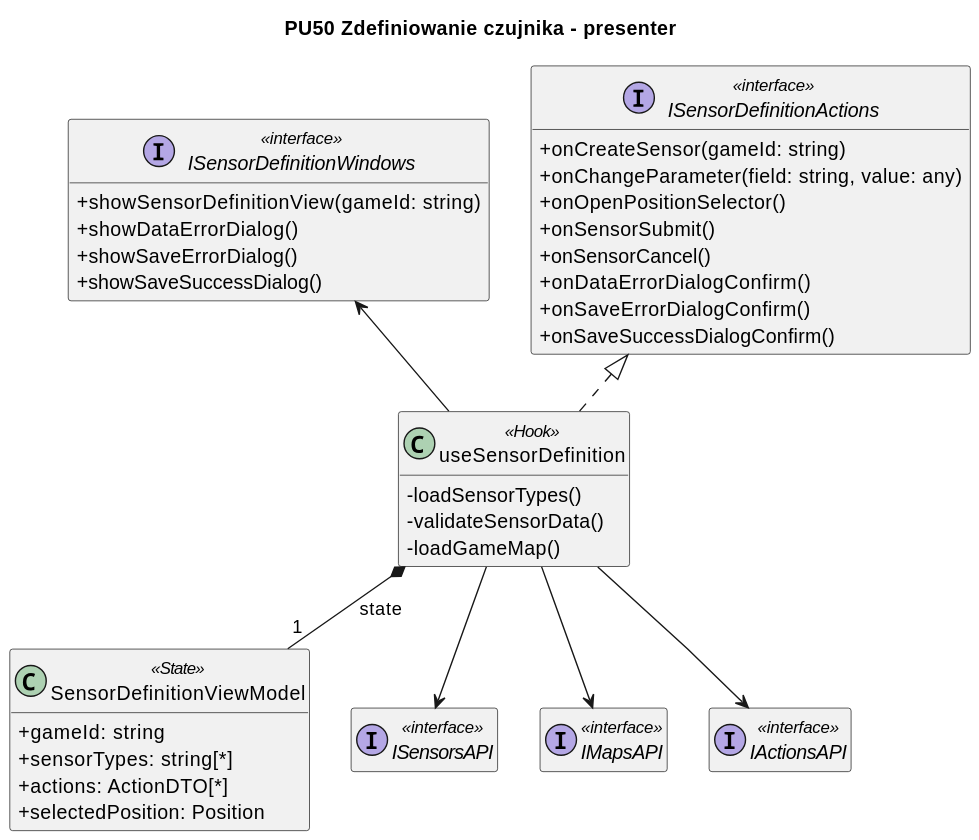
This is diagrams/frontend/rendered/sensor-definition-presenter.svg from Igor-Ochocki/POP-2026Z, a PlantUML export, as it was before one commit.
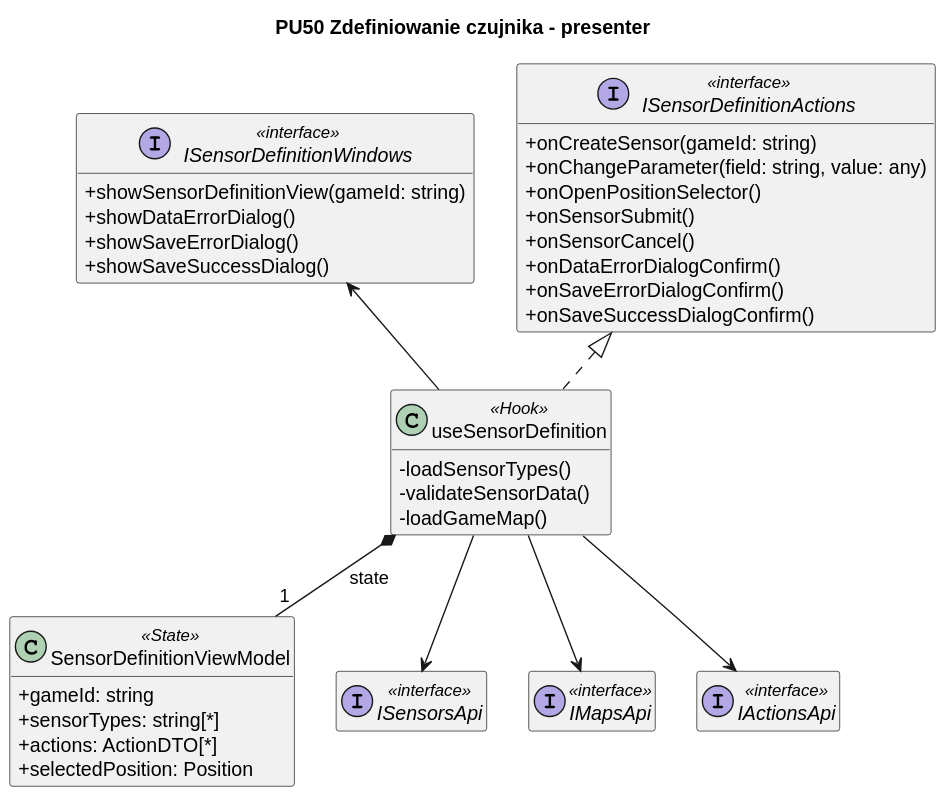
Above is the later version.

The edit, as a diff of the source:
```diff
@@ -41,14 +41,14 @@
     +selectedPosition: Position
 }
 
-interface ISensorsAPI <<interface>>
-interface IMapsAPI <<interface>>
-interface IActionsAPI <<interface>>
+interface ISensorsApi <<interface>>
+interface IMapsApi <<interface>>
+interface IActionsApi <<interface>>
 
 useSensorDefinition .u.|> ISensorDefinitionActions
 useSensorDefinition -u-> ISensorDefinitionWindows
 useSensorDefinition *-- "1" SensorDefinitionViewModel : state
-useSensorDefinition --> ISensorsAPI
-useSensorDefinition --> IMapsAPI
-useSensorDefinition --> IActionsAPI
+useSensorDefinition --> ISensorsApi
+useSensorDefinition --> IMapsApi
+useSensorDefinition --> IActionsApi
 @enduml
```
